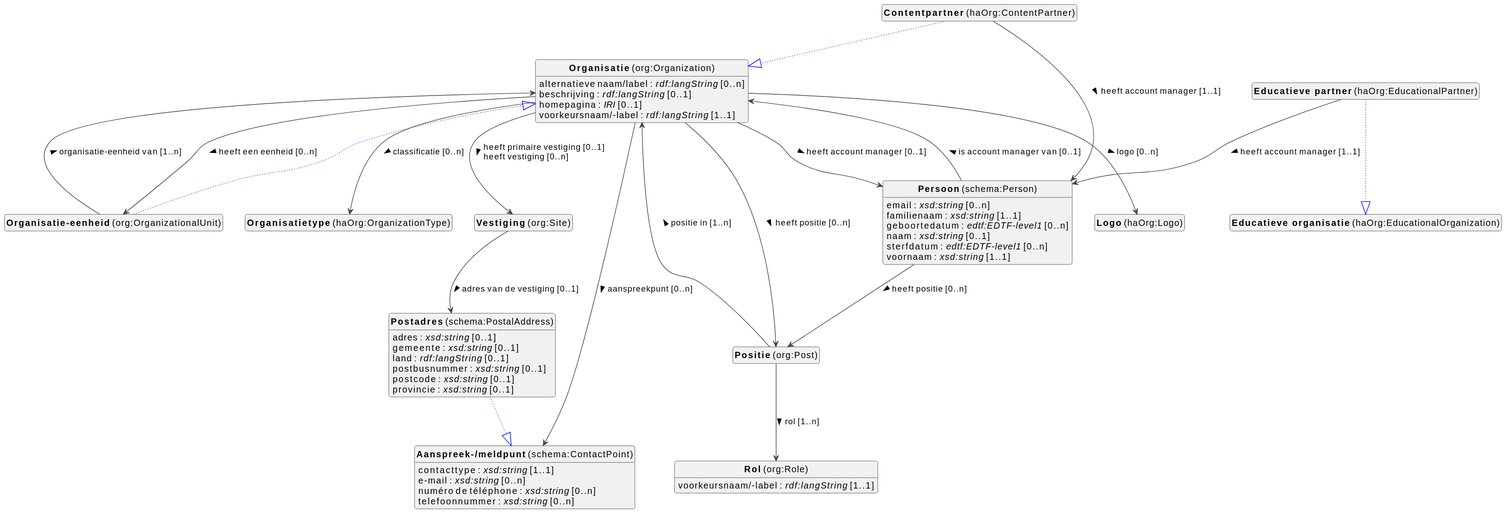
Above: docs/metadata/knowledge-graph/0.0.1/organization/nl/organization-diagram.svg in viaacode/documentation-jekyll (PlantUML), before the change.
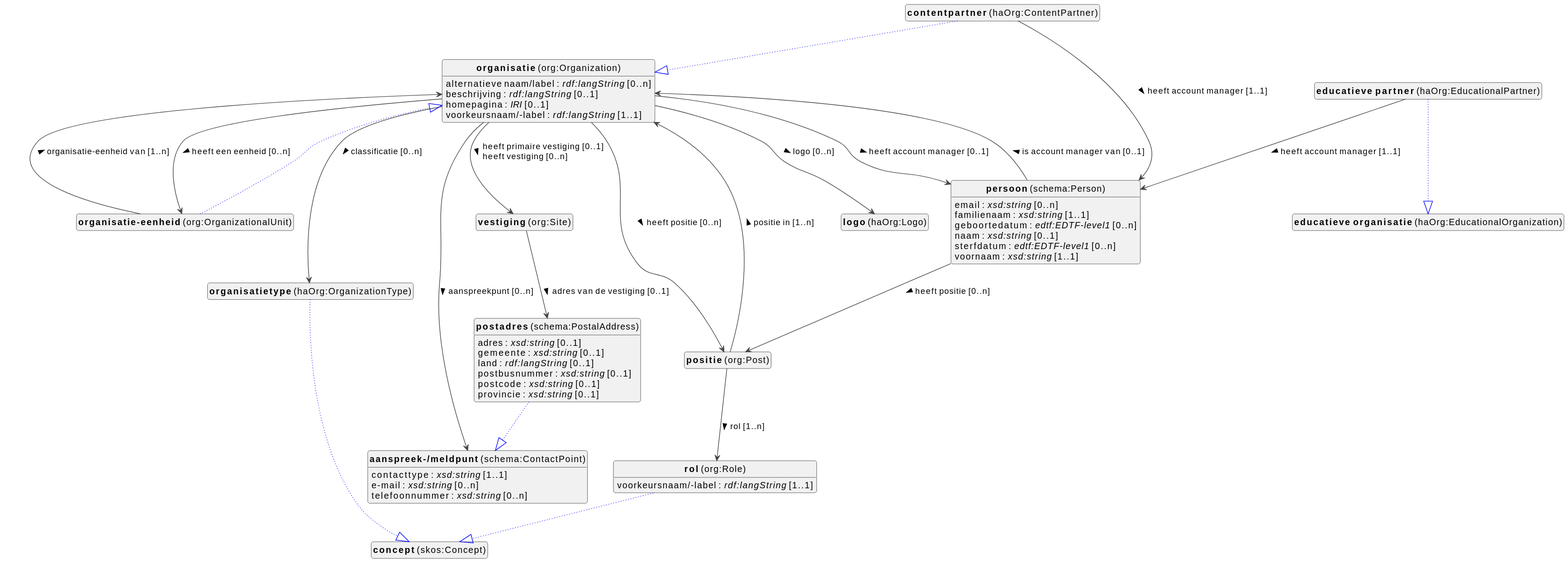
Later version of the same file.

What changed in the source:
```diff
@@ -10,27 +10,28 @@
 top to bottom direction
 
 
-class "<b>Aanspreek-/meldpunt</b> (schema:ContactPoint)" as schema_ContactPoint [[#schema%3AContactPoint]]
-class "<b>Contentpartner</b> (haOrg:ContentPartner)" as haOrg_ContentPartner [[#haOrg%3AContentPartner]]
-class "<b>Organisatie</b> (org:Organization)" as org_Organization [[#org%3AOrganization]]
-class "<b>Educatieve partner</b> (haOrg:EducationalPartner)" as haOrg_EducationalPartner [[#haOrg%3AEducationalPartner]]
-class "<b>Educatieve organisatie</b> (haOrg:EducationalOrganization)" as haOrg_EducationalOrganization [[#haOrg%3AEducationalOrganization]]
-class "<b>Logo</b> (haOrg:Logo)" as haOrg_Logo [[#haOrg%3ALogo]]
-class "<b>Organisatie</b> (org:Organization)" as org_Organization [[#org%3AOrganization]]
-class "<b>Organisatie-eenheid</b> (org:OrganizationalUnit)" as org_OrganizationalUnit [[#org%3AOrganizationalUnit]]
-class "<b>Organisatie</b> (org:Organization)" as org_Organization [[#org%3AOrganization]]
-class "<b>Organisatietype</b> (haOrg:OrganizationType)" as haOrg_OrganizationType [[#haOrg%3AOrganizationType]]
-class "<b>Persoon</b> (schema:Person)" as schema_Person [[#schema%3APerson]]
-class "<b>Positie</b> (org:Post)" as org_Post [[#org%3APost]]
-class "<b>Postadres</b> (schema:PostalAddress)" as schema_PostalAddress [[#schema%3APostalAddress]]
-class "<b>Aanspreek-/meldpunt</b> (schema:ContactPoint)" as schema_ContactPoint [[#schema%3AContactPoint]]
-class "<b>Rol</b> (org:Role)" as org_Role [[#org%3ARole]]
-class "<b>Vestiging</b> (org:Site)" as org_Site [[#org%3ASite]]
+class "<b>aanspreek-/meldpunt</b> (schema:ContactPoint)" as schema_ContactPoint [[#schema%3AContactPoint]]
+class "<b>contentpartner</b> (haOrg:ContentPartner)" as haOrg_ContentPartner [[#haOrg%3AContentPartner]]
+class "<b>organisatie</b> (org:Organization)" as org_Organization [[#org%3AOrganization]]
+class "<b>educatieve partner</b> (haOrg:EducationalPartner)" as haOrg_EducationalPartner [[#haOrg%3AEducationalPartner]]
+class "<b>educatieve organisatie</b> (haOrg:EducationalOrganization)" as haOrg_EducationalOrganization [[#haOrg%3AEducationalOrganization]]
+class "<b>logo</b> (haOrg:Logo)" as haOrg_Logo [[#haOrg%3ALogo]]
+class "<b>organisatie</b> (org:Organization)" as org_Organization [[#org%3AOrganization]]
+class "<b>organisatie-eenheid</b> (org:OrganizationalUnit)" as org_OrganizationalUnit [[#org%3AOrganizationalUnit]]
+class "<b>organisatie</b> (org:Organization)" as org_Organization [[#org%3AOrganization]]
+class "<b>organisatietype</b> (haOrg:OrganizationType)" as haOrg_OrganizationType [[#haOrg%3AOrganizationType]]
+class "<b>concept</b> (skos:Concept)" as skos_Concept [[#skos%3AConcept]]
+class "<b>persoon</b> (schema:Person)" as schema_Person [[#schema%3APerson]]
+class "<b>positie</b> (org:Post)" as org_Post [[#org%3APost]]
+class "<b>postadres</b> (schema:PostalAddress)" as schema_PostalAddress [[#schema%3APostalAddress]]
+class "<b>aanspreek-/meldpunt</b> (schema:ContactPoint)" as schema_ContactPoint [[#schema%3AContactPoint]]
+class "<b>rol</b> (org:Role)" as org_Role [[#org%3ARole]]
+class "<b>concept</b> (skos:Concept)" as skos_Concept [[#skos%3AConcept]]
+class "<b>vestiging</b> (org:Site)" as org_Site [[#org%3ASite]]
 
 
 schema_ContactPoint : contacttype : <i>xsd:string</i> [1..1]
 schema_ContactPoint : e-mail : <i>xsd:string</i> [0..n]
-schema_ContactPoint : numéro de téléphone : <i>xsd:string</i> [0..n]
 schema_ContactPoint : telefoonnummer : <i>xsd:string</i> [0..n]
 
 
@@ -63,6 +64,7 @@
 
 org_OrganizationalUnit --> org_Organization :organisatie-eenheid van [1..n]  >
 
+haOrg_OrganizationType --|> skos_Concept #blue;line.dotted;text:blue
 
 
 
@@ -92,6 +94,7 @@
 
 
 
+org_Role --|> skos_Concept #blue;line.dotted;text:blue
 
 org_Role : voorkeursnaam/-label : <i>rdf:langString</i> [1..1]
 
```
